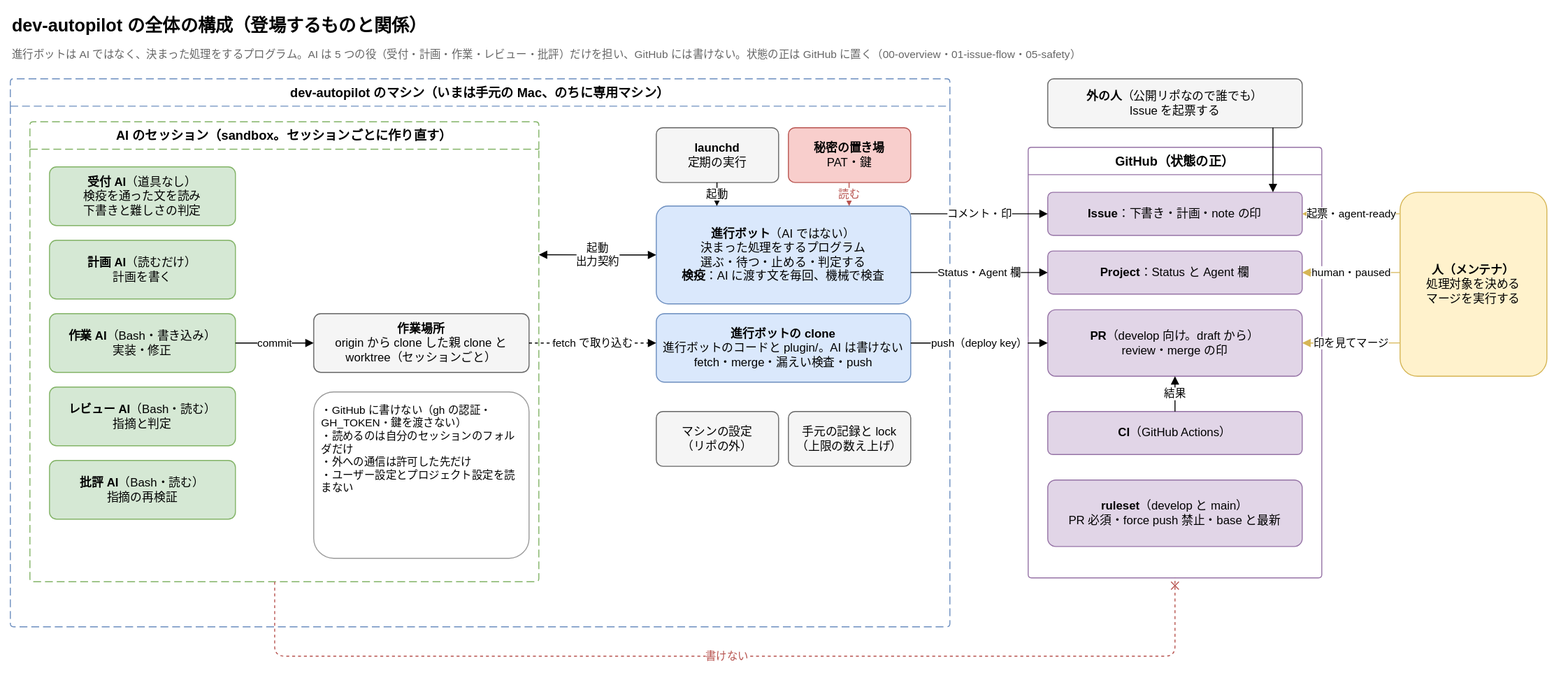
This is dev-autopilot/docs/diagrams/overview.drawio.svg from Joymerrevent/business-os, a draw.io export, as it was before one commit. Source tidied: cells renumbered, new cells last; positions are measured from the earlier drawing's top-left corner, leaving out a move shared by most shapes.
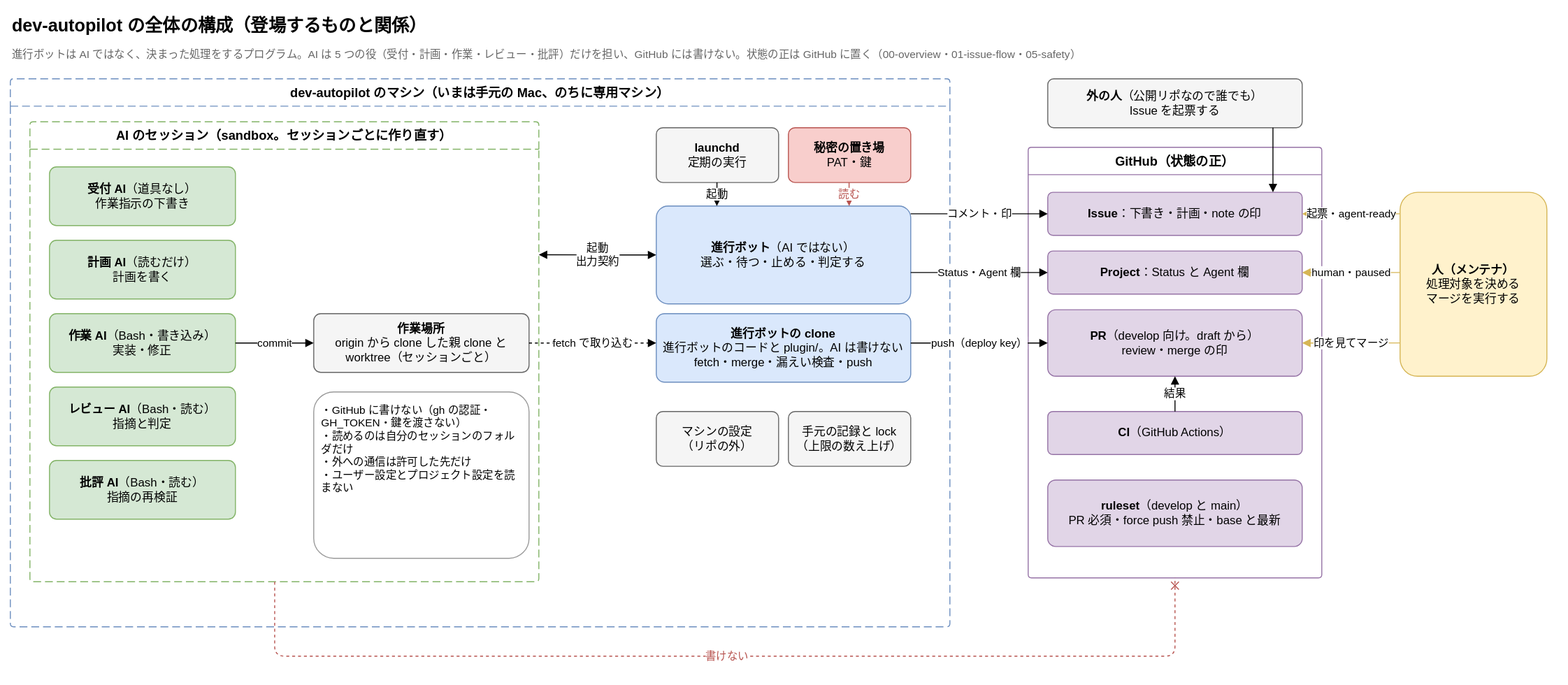
After the commit.

Commit message:
docs(dev-autopilot): 全体の構成の図の受付 AI と進行ボットの箱を一言に戻す

- 受付 AI の箱：「検疫を通った文を読み、下書きと難しさの判定」を、元の「作業指示の下書き」に戻す
- 進行ボットの箱：「決まった処理をするプログラム」と「検疫：AI に渡す文を毎回、機械で検査」を外し、
  「選ぶ・待つ・止める・判定する」だけにする（ほかの箱と同じく、名前と一言にそろえる）

検疫の担い手と順は Issue の流れの図に残っている。

The edit, as a diff of the source:
```diff
@@ -14,7 +14,7 @@
     <mxCell id="5" value="AI のセッション（sandbox。セッションごとに作り直す）" style="swimlane;startSize=28;html=1;whiteSpace=wrap;rounded=1;arcSize=4;dashed=1;dashPattern=8 4;fontStyle=1;fontSize=13;strokeColor=#82b366;fillColor=none;swimlaneFillColor=none;" parent="4" vertex="1">
       <mxGeometry x="20" y="44" width="520" height="470" as="geometry" />
     </mxCell>
-    <mxCell id="6" value="&lt;b&gt;受付 AI&lt;/b&gt;（道具なし）&lt;br&gt;検疫を通った文を読み&lt;br&gt;下書きと難しさの判定" style="rounded=1;whiteSpace=wrap;html=1;fontSize=12;arcSize=12;fillColor=#d5e8d4;strokeColor=#82b366;" parent="5" vertex="1">
+    <mxCell id="6" value="&lt;b&gt;受付 AI&lt;/b&gt;（道具なし）&lt;br&gt;作業指示の下書き" style="rounded=1;whiteSpace=wrap;html=1;fontSize=12;arcSize=12;fillColor=#d5e8d4;strokeColor=#82b366;" parent="5" vertex="1">
       <mxGeometry x="20" y="46" width="190" height="60" as="geometry" />
     </mxCell>
     <mxCell id="7" value="&lt;b&gt;計画 AI&lt;/b&gt;（読むだけ）&lt;br&gt;計画を書く" style="rounded=1;whiteSpace=wrap;html=1;fontSize=12;arcSize=12;fillColor=#d5e8d4;strokeColor=#82b366;" parent="5" vertex="1">
@@ -41,7 +41,7 @@
     <mxCell id="14" value="&lt;b&gt;秘密の置き場&lt;/b&gt;&lt;br&gt;PAT・鍵" style="rounded=1;whiteSpace=wrap;html=1;fontSize=12;arcSize=12;fillColor=#f8cecc;strokeColor=#b85450;" parent="1" vertex="1">
       <mxGeometry x="795" y="120" width="125" height="56" as="geometry" />
     </mxCell>
-    <mxCell id="15" value="&lt;b&gt;進行ボット&lt;/b&gt;（AI ではない）&lt;br&gt;決まった処理をするプログラム&lt;br&gt;選ぶ・待つ・止める・判定する&lt;br&gt;&lt;b&gt;検疫&lt;/b&gt;：AI に渡す文を毎回、機械で検査" style="rounded=1;whiteSpace=wrap;html=1;fontSize=12;arcSize=12;fillColor=#dae8fc;strokeColor=#6c8ebf;" parent="1" vertex="1">
+    <mxCell id="15" value="&lt;b&gt;進行ボット&lt;/b&gt;（AI ではない）&lt;br&gt;選ぶ・待つ・止める・判定する" style="rounded=1;whiteSpace=wrap;html=1;fontSize=12;arcSize=12;fillColor=#dae8fc;strokeColor=#6c8ebf;" parent="1" vertex="1">
       <mxGeometry x="660" y="200" width="260" height="100" as="geometry" />
     </mxCell>
     <mxCell id="16" value="&lt;b&gt;進行ボットの clone&lt;/b&gt;&lt;br&gt;進行ボットのコードと plugin/。AI は書けない&lt;br&gt;fetch・merge・漏えい検査・push" style="rounded=1;whiteSpace=wrap;html=1;fontSize=12;arcSize=12;fillColor=#dae8fc;strokeColor=#6c8ebf;" parent="1" vertex="1">
```
